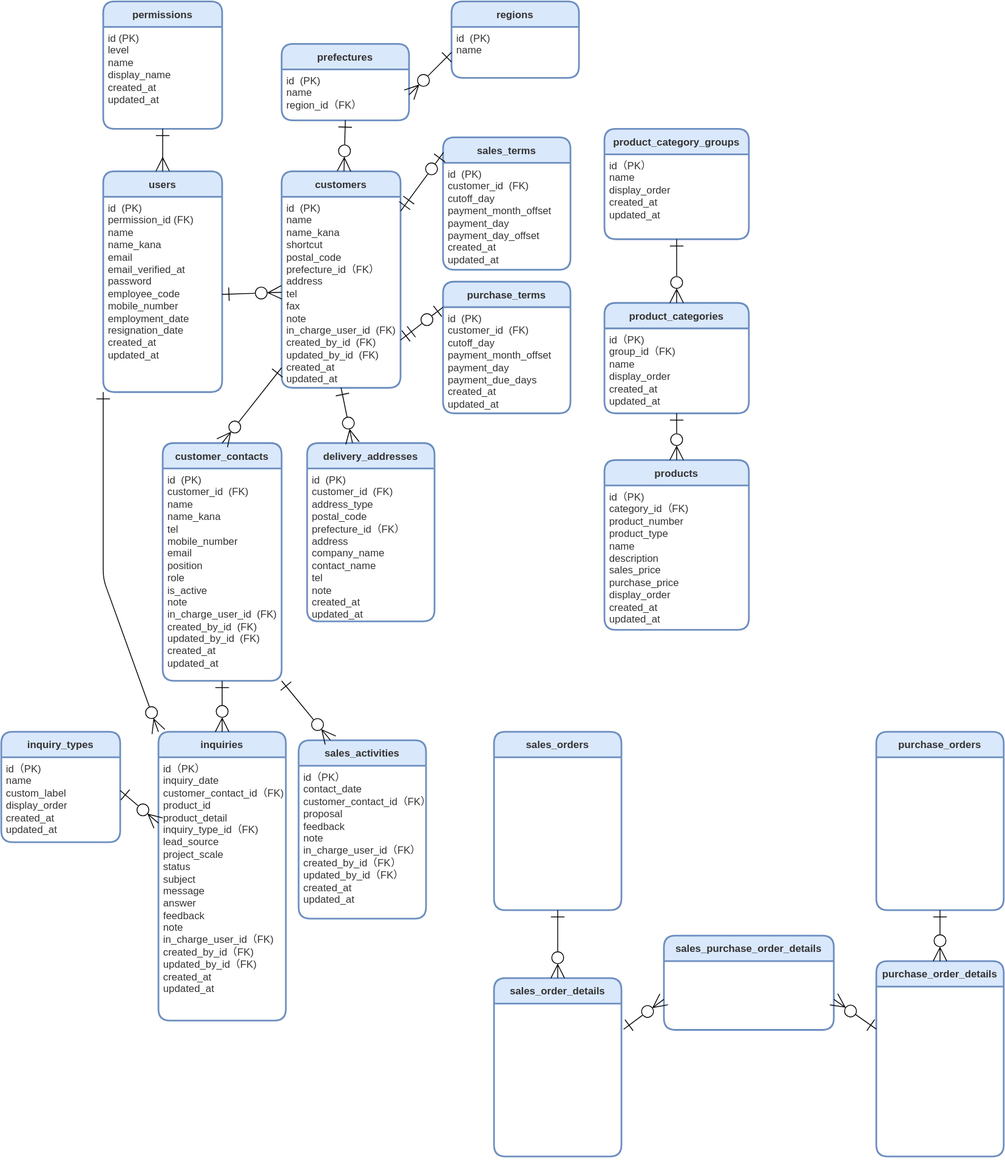
Above: src/docs/ER.drawio.svg in ryo-tom/flagship (draw.io), before the change. Source tidied: cells renumbered, new cells last; positions are measured from the earlier drawing's top-left corner, leaving out a move shared by most shapes.
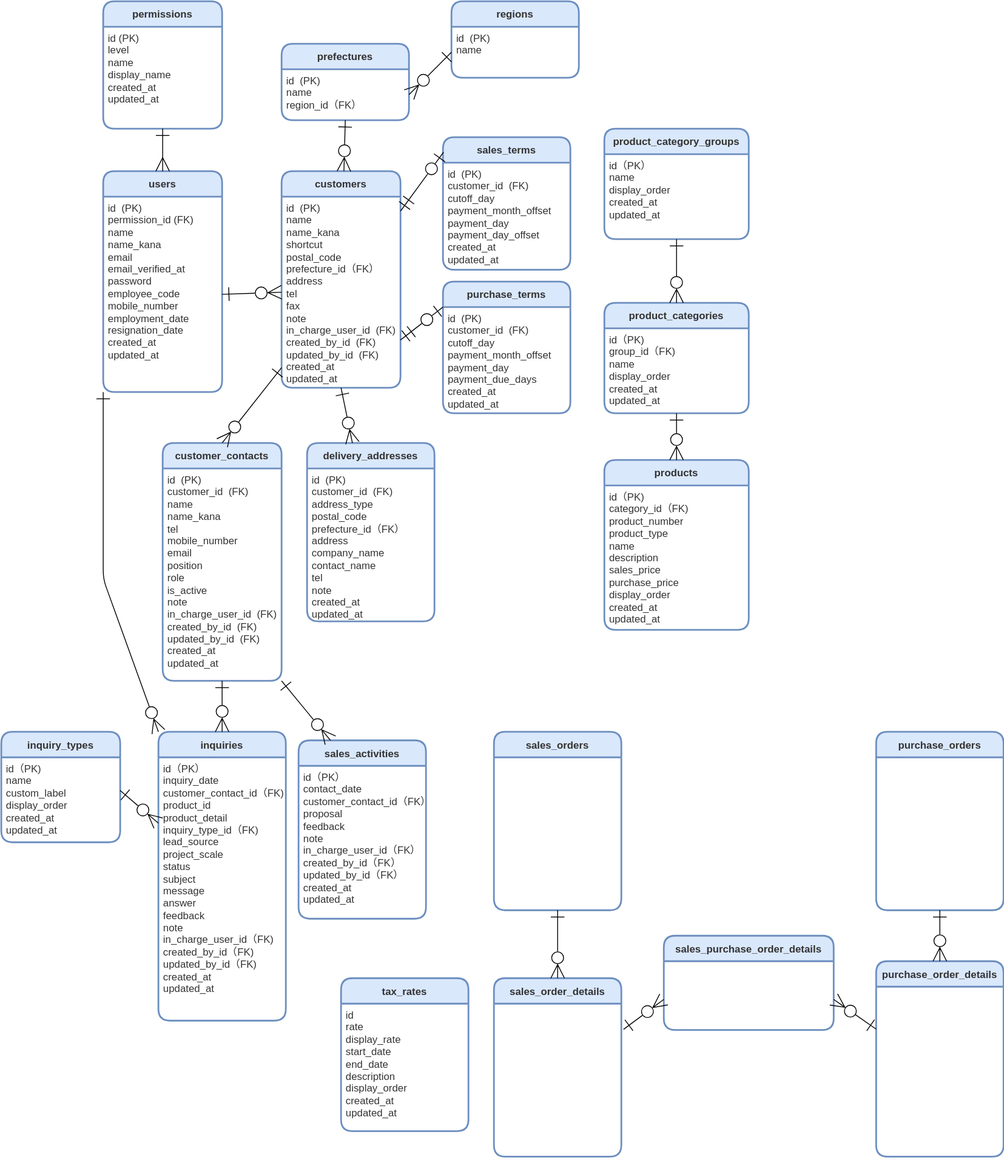
The same file after the commit.

Change to the diagram source:
```diff
@@ -192,5 +192,11 @@
     <mxCell id="63" style="edgeStyle=none;shape=connector;rounded=1;jumpStyle=none;jumpSize=6;html=1;shadow=0;labelBackgroundColor=default;strokeColor=default;fontFamily=Helvetica;fontSize=12;fontColor=default;startArrow=ERone;startFill=0;endArrow=ERzeroToMany;endFill=0;startSize=14;endSize=14;targetPerimeterSpacing=0;verticalAlign=top;entryX=1;entryY=0.25;entryDx=0;entryDy=0;exitX=0;exitY=0.25;exitDx=0;exitDy=0;" parent="1" edge="1" source="51" target="57">
       <mxGeometry relative="1" as="geometry" />
     </mxCell>
+    <mxCell id="64" value="tax_rates" style="swimlane;horizontal=1;startSize=30;rounded=1;fontSize=12;fontStyle=1;strokeWidth=2;shadow=0;dashed=0;align=center;fillColor=#dae8fc;strokeColor=#6c8ebf;fontColor=#333333;labelBackgroundColor=none;gradientColor=none;swimlaneFillColor=#FFFFFF;verticalAlign=middle;" parent="1" vertex="1">
+      <mxGeometry x="400" y="1150" width="150" height="180" as="geometry" />
+    </mxCell>
+    <mxCell id="65" value="&lt;div&gt;id&lt;/div&gt;&lt;div&gt;rate&lt;/div&gt;&lt;div&gt;display_rate&lt;/div&gt;&lt;div&gt;start_date&lt;/div&gt;&lt;div&gt;end_date&lt;/div&gt;&lt;div&gt;description&lt;/div&gt;&lt;div&gt;display_order&lt;/div&gt;&lt;div&gt;created_at&lt;/div&gt;&lt;div&gt;updated_at&lt;/div&gt;" style="align=left;strokeColor=none;fillColor=none;spacingLeft=4;fontSize=12;verticalAlign=top;fontColor=#333333;html=1;" parent="64" vertex="1">
+      <mxGeometry y="30" width="150" height="150" as="geometry" />
+    </mxCell>
   </root>
 </mxGraphModel>
```
